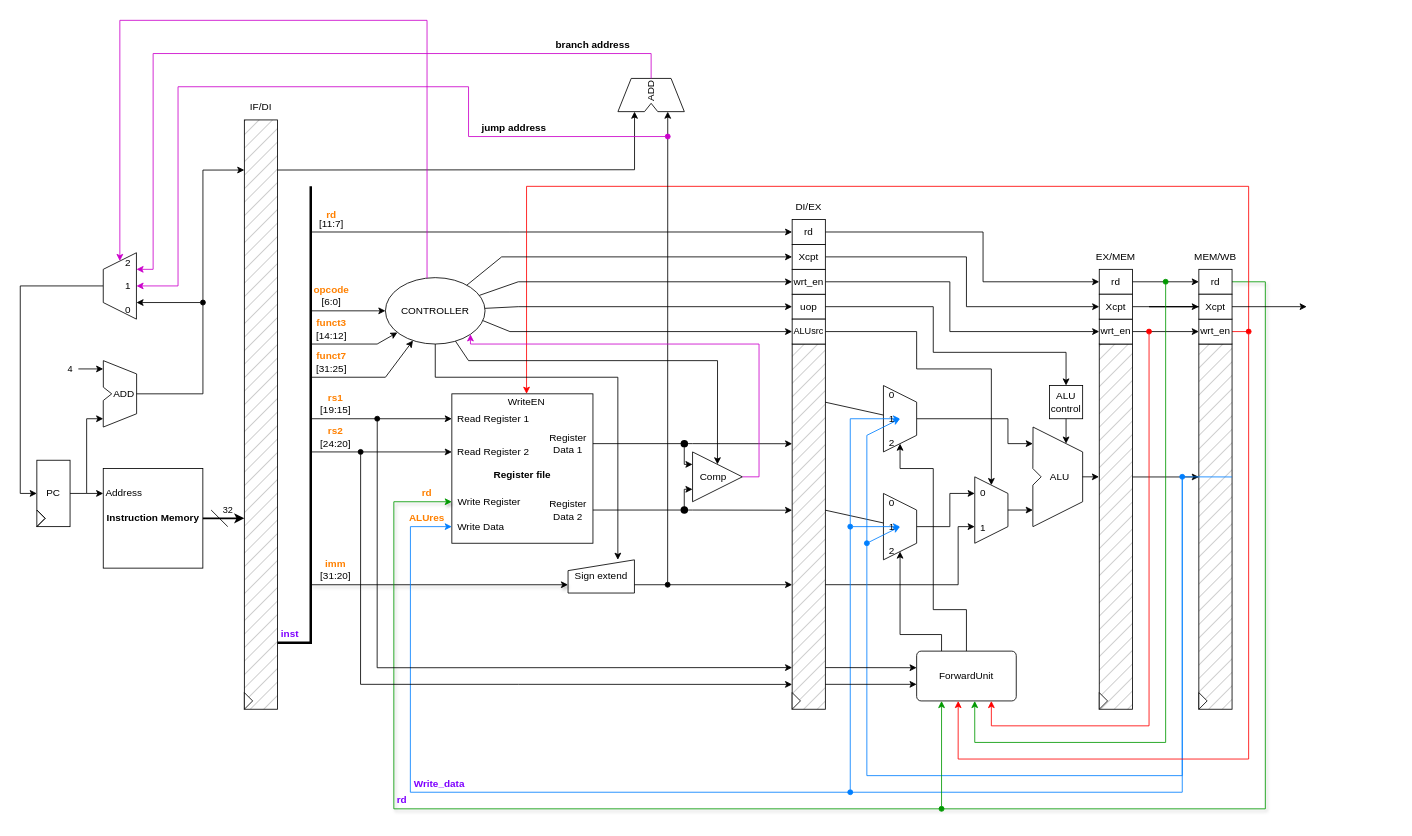
Before: Schematic.drawio in christianrptu/ADSProject, a draw.io diagram. Source tidied: cells renumbered, new cells numbered last; positions are measured from the earlier drawing's top-left corner, leaving out a move shared by most shapes. Both pictures are drawn from the tidied source at 83%, with x=0, y=0 at pixel (37, 20).
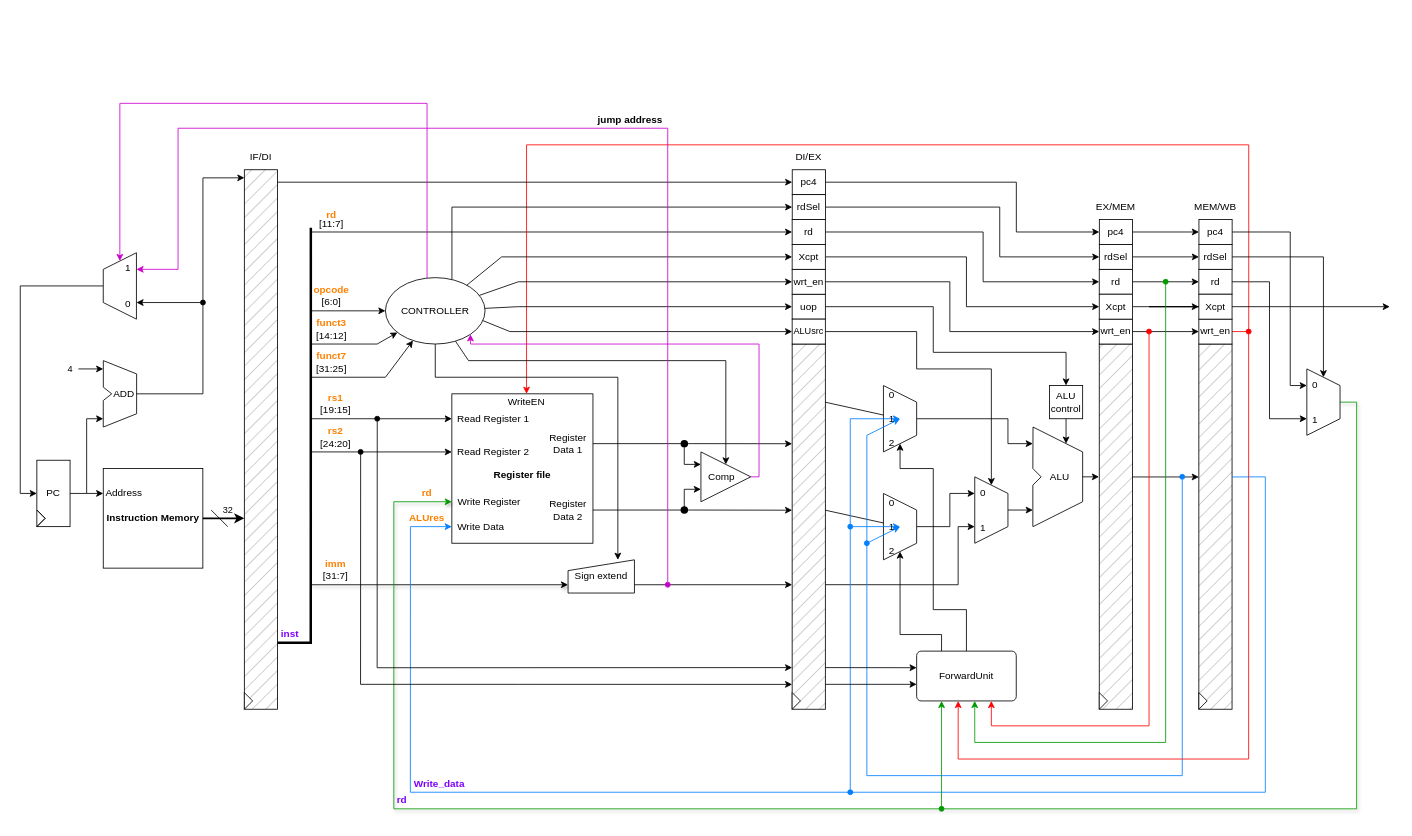
The same page after the edit.

Unchanged cells that the change refers to:
```xml
<mxCell id="19" value="Write Register" style="text;html=1;whiteSpace=wrap;strokeColor=none;fillColor=none;align=center;verticalAlign=middle;rounded=0;" parent="1" vertex="1">
  <mxGeometry x="499.9" y="570" width="90" height="20" as="geometry" />
</mxCell>
<mxCell id="20" value="Write Data" style="text;html=1;whiteSpace=wrap;strokeColor=none;fillColor=none;align=center;verticalAlign=middle;rounded=0;" parent="1" vertex="1">
  <mxGeometry x="499.9" y="600" width="70" height="20" as="geometry" />
</mxCell>
<mxCell id="31" value="ADD" style="text;html=1;whiteSpace=wrap;strokeColor=none;fillColor=none;align=center;verticalAlign=middle;rounded=0;" parent="24" vertex="1">
  <mxGeometry x="10" y="25" width="30" height="30" as="geometry" />
</mxCell>
<mxCell id="60" style="rounded=0;whiteSpace=wrap;html=1;fillStyle=hatch;fillColor=#B3B3B3;" parent="1" vertex="1">
  <mxGeometry x="1399.9" y="390" width="40" height="440" as="geometry" />
</mxCell>
<mxCell id="67" value="WriteEN" style="text;html=1;whiteSpace=wrap;strokeColor=none;fillColor=none;align=center;verticalAlign=middle;rounded=0;" parent="1" vertex="1">
  <mxGeometry x="559.9" y="450" width="60" height="20" as="geometry" />
</mxCell>
<mxCell id="70" value="rd" style="rounded=0;whiteSpace=wrap;html=1;" parent="1" vertex="1">
  <mxGeometry x="909.9" y="240" width="40" height="30" as="geometry" />
</mxCell>
<mxCell id="71" value="&lt;font style=&quot;color: rgb(127, 0, 255);&quot;&gt;inst&lt;/font&gt;" style="text;html=1;whiteSpace=wrap;strokeColor=none;fillColor=none;align=center;verticalAlign=middle;rounded=0;fontStyle=1;" parent="1" vertex="1">
  <mxGeometry x="289.9" y="730" width="30" height="20" as="geometry" />
</mxCell>
<mxCell id="81" value="rd" style="rounded=0;whiteSpace=wrap;html=1;" parent="1" vertex="1">
  <mxGeometry x="1279.9" y="300" width="40" height="30" as="geometry" />
</mxCell>
<mxCell id="85" value="rd" style="rounded=0;whiteSpace=wrap;html=1;" parent="1" vertex="1">
  <mxGeometry x="1399.9" y="300" width="40" height="30" as="geometry" />
</mxCell>
<mxCell id="87" value="wrt_en" style="rounded=0;whiteSpace=wrap;html=1;" parent="1" vertex="1">
  <mxGeometry x="1399.9" y="360" width="40" height="30" as="geometry" />
</mxCell>
<mxCell id="91" value="CONTROLLER" style="ellipse;whiteSpace=wrap;html=1;" parent="1" vertex="1">
  <mxGeometry x="419.9" y="310" width="120" height="80" as="geometry" />
</mxCell>
<mxCell id="109" value="Xcpt" style="rounded=0;whiteSpace=wrap;html=1;" parent="1" vertex="1">
  <mxGeometry x="1399.9" y="330" width="40" height="30" as="geometry" />
</mxCell>
<mxCell id="143" style="shape=trapezoid;perimeter=trapezoidPerimeter;whiteSpace=wrap;html=1;fixedSize=1;direction=south;flipH=1;legacyAnchorPoints=0;" parent="1" vertex="1">
  <mxGeometry x="79.9" y="280" width="40" height="80" as="geometry" />
</mxCell>
```

Diff of the diagram source:
```diff
@@
-    <mxCell id="13" style="endArrow=none;html=1;rounded=0;strokeWidth=3;exitX=1;exitY=0.887;exitDx=0;exitDy=0;exitPerimeter=0;" parent="1" edge="1" source="65">
+    <mxCell id="13" style="endArrow=none;html=1;rounded=0;strokeWidth=3;exitX=0;exitY=1;exitDx=0;exitDy=0;" parent="1" edge="1" source="71">
       <mxGeometry relative="1" as="geometry">
-        <mxPoint x="329.9" y="200" as="targetPoint" />
+        <mxPoint x="330" y="250" as="targetPoint" />
         <Array as="points">
           <mxPoint x="329.9" y="750" />
         </Array>
       </mxGeometry>
     </mxCell>
@@
-    <mxCell id="34" value="[31:20]" style="text;html=1;whiteSpace=wrap;strokeColor=none;fillColor=none;align=center;verticalAlign=middle;rounded=0;" parent="1" vertex="1">
+    <mxCell id="34" value="[31:7]" style="text;html=1;whiteSpace=wrap;strokeColor=none;fillColor=none;align=center;verticalAlign=middle;rounded=0;" parent="1" vertex="1">
       <mxGeometry x="339.9" y="660" width="40" height="20" as="geometry" />
     </mxCell>
@@
     <mxCell id="57" value="IF/DI" style="text;html=1;whiteSpace=wrap;strokeColor=none;fillColor=none;align=center;verticalAlign=middle;rounded=0;" parent="1" vertex="1">
-      <mxGeometry x="249.9" y="90" width="40" height="30" as="geometry" />
+      <mxGeometry x="249.9" y="150" width="40" height="30" as="geometry" />
     </mxCell>
     <mxCell id="58" value="DI/EX" style="text;html=1;whiteSpace=wrap;strokeColor=none;fillColor=none;align=center;verticalAlign=middle;rounded=0;" parent="1" vertex="1">
-      <mxGeometry x="909.9" y="210" width="40" height="30" as="geometry" />
+      <mxGeometry x="909.9" y="150" width="40" height="30" as="geometry" />
     </mxCell>
     <mxCell id="59" value="EX/MEM" style="text;html=1;whiteSpace=wrap;strokeColor=none;fillColor=none;align=center;verticalAlign=middle;rounded=0;" parent="1" vertex="1">
-      <mxGeometry x="1279.9" y="270" width="40" height="30" as="geometry" />
+      <mxGeometry x="1279.9" y="210" width="40" height="30" as="geometry" />
     </mxCell>
@@
     <mxCell id="61" value="MEM/WB" style="text;html=1;whiteSpace=wrap;strokeColor=none;fillColor=none;align=center;verticalAlign=middle;rounded=0;" parent="1" vertex="1">
-      <mxGeometry x="1399.9" y="270" width="40" height="30" as="geometry" />
+      <mxGeometry x="1399.9" y="210" width="40" height="30" as="geometry" />
     </mxCell>
@@
     <mxCell id="63" style="endArrow=classic;html=1;rounded=0;exitX=1;exitY=0.364;exitDx=0;exitDy=0;exitPerimeter=0;entryX=0;entryY=0.5;entryDx=0;entryDy=0;strokeColor=#007FFF;" parent="1" edge="1" source="60" target="20">
       <mxGeometry relative="1" as="geometry">
         <Array as="points">
-          <mxPoint x="1379.9" y="550" />
-          <mxPoint x="1379.9" y="930" />
+          <mxPoint x="1480" y="550" />
+          <mxPoint x="1480" y="720" />
+          <mxPoint x="1480" y="930" />
           <mxPoint x="449.9" y="930" />
           <mxPoint x="450" y="610" />
         </Array>
       </mxGeometry>
     </mxCell>
@@
     <mxCell id="65" style="rounded=0;whiteSpace=wrap;html=1;fillStyle=hatch;fillColor=#B3B3B3;" parent="1" vertex="1">
-      <mxGeometry x="249.9" y="120" width="40" height="710" as="geometry" />
+      <mxGeometry x="249.9" y="180" width="40" height="650" as="geometry" />
     </mxCell>
@@
     <mxCell id="69" style="edgeStyle=orthogonalEdgeStyle;rounded=0;jettySize=auto;html=1;entryX=0;entryY=0.5;entryDx=0;entryDy=0;exitX=1;exitY=0.5;exitDx=0;exitDy=0;" parent="1" edge="1" source="70" target="81">
       <mxGeometry relative="1" as="geometry">
         <Array as="points">
-          <mxPoint x="1139.9" y="255" />
-          <mxPoint x="1139.9" y="315" />
+          <mxPoint x="1140" y="255" />
+          <mxPoint x="1140" y="315" />
         </Array>
       </mxGeometry>
     </mxCell>
@@
-    <mxCell id="84" style="edgeStyle=orthogonalEdgeStyle;rounded=0;jettySize=auto;html=1;entryX=0;entryY=0.5;entryDx=0;entryDy=0;shadow=1;strokeColor=#009900;exitX=1;exitY=0.5;exitDx=0;exitDy=0;" parent="1" edge="1" source="85" target="19">
+    <mxCell id="84" style="edgeStyle=orthogonalEdgeStyle;rounded=0;jettySize=auto;html=1;entryX=0;entryY=0.5;entryDx=0;entryDy=0;shadow=1;strokeColor=#009900;exitX=0.5;exitY=0;exitDx=0;exitDy=0;" parent="1" edge="1" source="170" target="19">
       <mxGeometry relative="1" as="geometry">
         <Array as="points">
-          <mxPoint x="1480" y="315" />
-          <mxPoint x="1480" y="950" />
+          <mxPoint x="1590" y="950" />
           <mxPoint x="430" y="950" />
           <mxPoint x="430" y="580" />
         </Array>
       </mxGeometry>
     </mxCell>
+    <mxCell id="168" style="edgeStyle=orthogonalEdgeStyle;rounded=0;jettySize=auto;html=1;entryX=0;entryY=0.75;entryDx=0;entryDy=0;" parent="1" edge="1" source="85" target="171">
+      <mxGeometry relative="1" as="geometry" />
+    </mxCell>
@@
     <mxCell id="86" style="edgeStyle=orthogonalEdgeStyle;rounded=0;jettySize=auto;html=1;entryX=0.5;entryY=0;entryDx=0;entryDy=0;strokeColor=#FF0000;exitX=1;exitY=0.5;exitDx=0;exitDy=0;" parent="1" edge="1" source="87" target="67">
       <mxGeometry relative="1" as="geometry">
         <Array as="points">
-          <mxPoint x="1459.9" y="375" />
-          <mxPoint x="1459.9" y="200" />
-          <mxPoint x="589.9" y="200" />
+          <mxPoint x="1460" y="375" />
+          <mxPoint x="1460" y="150" />
+          <mxPoint x="590" y="150" />
         </Array>
       </mxGeometry>
     </mxCell>
@@
+    <mxCell id="169" style="edgeStyle=orthogonalEdgeStyle;rounded=0;jettySize=auto;html=1;entryX=0;entryY=0.5;entryDx=0;entryDy=0;" parent="1" edge="1" source="91" target="177">
+      <mxGeometry relative="1" as="geometry">
+        <Array as="points">
+          <mxPoint x="500" y="225" />
+        </Array>
+      </mxGeometry>
+    </mxCell>
@@
     <mxCell id="108" style="edgeStyle=orthogonalEdgeStyle;rounded=0;jettySize=auto;html=1;" parent="1" edge="1" source="109">
       <mxGeometry relative="1" as="geometry">
-        <mxPoint x="1529.9" y="345" as="targetPoint" />
+        <mxPoint x="1630" y="345" as="targetPoint" />
         <Array as="points">
           <mxPoint x="1339.9" y="345" />
           <mxPoint x="1339.9" y="345" />
         </Array>
       </mxGeometry>
     </mxCell>
@@
-    <mxCell id="141" style="edgeStyle=orthogonalEdgeStyle;rounded=0;jettySize=auto;html=1;entryX=0;entryY=0.085;entryDx=0;entryDy=0;entryPerimeter=0;" parent="1" edge="1" source="31" target="65">
+    <mxCell id="141" style="edgeStyle=orthogonalEdgeStyle;rounded=0;jettySize=auto;html=1;entryX=0.002;entryY=0.015;entryDx=0;entryDy=0;entryPerimeter=0;" parent="1" edge="1" source="31" target="65">
       <mxGeometry relative="1" as="geometry">
         <Array as="points">
           <mxPoint x="200" y="450" />
-          <mxPoint x="200" y="180" />
+          <mxPoint x="200" y="190" />
         </Array>
       </mxGeometry>
     </mxCell>
@@
-    <mxCell id="144" value="2&lt;div&gt;&lt;br&gt;1&lt;div&gt;&lt;br&gt;0&lt;/div&gt;&lt;/div&gt;" style="text;html=1;whiteSpace=wrap;strokeColor=none;fillColor=none;align=center;verticalAlign=middle;rounded=0;" parent="1" vertex="1">
+    <mxCell id="144" value="1&lt;br&gt;&lt;div&gt;&lt;br&gt;&lt;div&gt;&lt;br&gt;0&lt;/div&gt;&lt;/div&gt;" style="text;html=1;whiteSpace=wrap;strokeColor=none;fillColor=none;align=center;verticalAlign=middle;rounded=0;" parent="1" vertex="1">
       <mxGeometry x="99.9" y="280" width="20" height="80" as="geometry" />
     </mxCell>
@@
-    <mxCell id="146" style="group;rotation=-90;" parent="1" vertex="1">
-      <mxGeometry x="720" y="50" width="40.2" height="80" as="geometry" />
-    </mxCell>
-    <mxCell id="147" style="endArrow=none;html=1;rounded=0;" parent="146" edge="1">
-      <mxGeometry relative="1" as="geometry">
-        <mxPoint x="-20" y="60" as="sourcePoint" />
-        <mxPoint x="12" y="60" as="targetPoint" />
-      </mxGeometry>
-    </mxCell>
-    <mxCell id="148" style="endArrow=none;html=1;rounded=0;" parent="146" edge="1">
-      <mxGeometry relative="1" as="geometry">
-        <mxPoint x="28" y="60" as="sourcePoint" />
-        <mxPoint x="60" y="60" as="targetPoint" />
-      </mxGeometry>
-    </mxCell>
-    <mxCell id="149" style="endArrow=none;html=1;rounded=0;" parent="146" edge="1">
-      <mxGeometry relative="1" as="geometry">
-        <mxPoint x="44" y="20" as="sourcePoint" />
-        <mxPoint x="60" y="60" as="targetPoint" />
-      </mxGeometry>
-    </mxCell>
-    <mxCell id="150" style="endArrow=none;html=1;rounded=0;" parent="146" edge="1">
-      <mxGeometry relative="1" as="geometry">
-        <mxPoint x="-4" y="20" as="sourcePoint" />
-        <mxPoint x="-20" y="60" as="targetPoint" />
-      </mxGeometry>
-    </mxCell>
-    <mxCell id="151" style="endArrow=none;html=1;rounded=0;" parent="146" edge="1">
-      <mxGeometry relative="1" as="geometry">
-        <mxPoint x="-4" y="20" as="sourcePoint" />
-        <mxPoint x="44" y="20" as="targetPoint" />
-      </mxGeometry>
-    </mxCell>
-    <mxCell id="152" style="endArrow=none;html=1;rounded=0;" parent="146" edge="1">
-      <mxGeometry relative="1" as="geometry">
-        <mxPoint x="12" y="60" as="sourcePoint" />
-        <mxPoint x="28" y="60" as="targetPoint" />
-        <Array as="points">
-          <mxPoint x="20" y="50" />
-        </Array>
-      </mxGeometry>
-    </mxCell>
-    <mxCell id="153" value="ADD" style="text;html=1;whiteSpace=wrap;strokeColor=none;fillColor=none;align=center;verticalAlign=middle;rounded=0;rotation=-90;" parent="146" vertex="1">
-      <mxGeometry x="5" y="20" width="30" height="30" as="geometry" />
-    </mxCell>
-    <mxCell id="154" style="endArrow=classic;html=1;rounded=0;exitX=1;exitY=0.085;exitDx=0;exitDy=0;exitPerimeter=0;" parent="1" edge="1" source="65">
+    <mxCell id="154" style="endArrow=classic;html=1;rounded=0;entryX=0;entryY=0.5;entryDx=0;entryDy=0;" parent="1" edge="1" target="173">
       <mxGeometry relative="1" as="geometry">
-        <mxPoint x="720" y="110" as="targetPoint" />
-        <Array as="points">
-          <mxPoint x="720" y="180" />
-        </Array>
+        <mxPoint x="290" y="195" as="sourcePoint" />
       </mxGeometry>
     </mxCell>
-    <mxCell id="155" style="endArrow=classic;html=1;rounded=0;startArrow=oval;startFill=1;" parent="1" edge="1">
-      <mxGeometry relative="1" as="geometry">
-        <mxPoint x="759.9" y="680" as="sourcePoint" />
-        <mxPoint x="760" y="110" as="targetPoint" />
-      </mxGeometry>
-    </mxCell>
-    <mxCell id="156" style="edgeStyle=orthogonalEdgeStyle;rounded=0;jettySize=auto;html=1;entryX=1;entryY=0.25;entryDx=0;entryDy=0;strokeColor=#CC00CC;exitX=1;exitY=0.5;exitDx=0;exitDy=0;" parent="1" edge="1" source="153" target="144">
-      <mxGeometry relative="1" as="geometry">
-        <Array as="points">
-          <mxPoint x="740" y="40" />
-          <mxPoint x="140" y="40" />
-          <mxPoint x="140" y="300" />
-        </Array>
-      </mxGeometry>
-    </mxCell>
     <mxCell id="157" style="edgeStyle=orthogonalEdgeStyle;rounded=0;jettySize=auto;html=1;entryX=0;entryY=0.5;entryDx=0;entryDy=0;strokeColor=#CC00CC;" parent="1" edge="1" source="91" target="143">
       <mxGeometry relative="1" as="geometry">
         <Array as="points">
-          <mxPoint x="470" />
-          <mxPoint x="100" />
+          <mxPoint x="470" y="100" />
+          <mxPoint x="100" y="100" />
         </Array>
       </mxGeometry>
     </mxCell>
     <mxCell id="158" value="Comp&amp;nbsp; &amp;nbsp;" style="triangle;whiteSpace=wrap;html=1;" parent="1" vertex="1">
-      <mxGeometry x="789.9" y="520" width="60" height="60" as="geometry" />
+      <mxGeometry x="800" y="520" width="60" height="60" as="geometry" />
     </mxCell>
@@
     <mxCell id="161" style="endArrow=classic;html=1;rounded=0;entryX=0.5;entryY=0;entryDx=0;entryDy=0;" parent="1" edge="1" source="91" target="158">
       <mxGeometry relative="1" as="geometry">
         <Array as="points">
           <mxPoint x="520" y="410" />
-          <mxPoint x="820" y="410" />
+          <mxPoint x="830" y="410" />
         </Array>
       </mxGeometry>
     </mxCell>
-    <mxCell id="162" style="edgeStyle=orthogonalEdgeStyle;rounded=0;jettySize=auto;html=1;entryX=1;entryY=0.5;entryDx=0;entryDy=0;strokeColor=#CC00CC;startArrow=oval;startFill=1;" parent="1" edge="1" target="144">
+    <mxCell id="162" style="edgeStyle=orthogonalEdgeStyle;rounded=0;jettySize=auto;html=1;entryX=1;entryY=0.25;entryDx=0;entryDy=0;strokeColor=#CC00CC;startArrow=oval;startFill=1;" parent="1" edge="1" target="144">
       <mxGeometry relative="1" as="geometry">
-        <mxPoint x="760" y="140" as="sourcePoint" />
+        <mxPoint x="760" y="680" as="sourcePoint" />
         <Array as="points">
-          <mxPoint x="520" y="80" />
-          <mxPoint x="170" y="80" />
-          <mxPoint x="170" y="320" />
+          <mxPoint x="760" y="130" />
+          <mxPoint x="170" y="130" />
+          <mxPoint x="170" y="300" />
         </Array>
       </mxGeometry>
     </mxCell>
-    <mxCell id="163" value="&lt;b&gt;branch address&lt;/b&gt;" style="text;html=1;whiteSpace=wrap;strokeColor=none;fillColor=none;align=center;verticalAlign=middle;rounded=0;" parent="1" vertex="1">
-      <mxGeometry x="619.9" y="20" width="100" height="20" as="geometry" />
-    </mxCell>
     <mxCell id="164" value="&lt;b&gt;jump address&lt;/b&gt;" style="text;html=1;whiteSpace=wrap;strokeColor=none;fillColor=none;align=center;verticalAlign=middle;rounded=0;" parent="1" vertex="1">
-      <mxGeometry x="530" y="120" width="90" height="20" as="geometry" />
+      <mxGeometry x="670" y="110" width="90" height="20" as="geometry" />
     </mxCell>
@@
+    <mxCell id="170" style="shape=trapezoid;perimeter=trapezoidPerimeter;whiteSpace=wrap;html=1;fixedSize=1;direction=south;" parent="1" vertex="1">
+      <mxGeometry x="1530" y="420" width="40" height="80" as="geometry" />
+    </mxCell>
+    <mxCell id="171" value="0&lt;br&gt;&lt;br&gt;&lt;br&gt;1" style="text;html=1;whiteSpace=wrap;strokeColor=none;fillColor=none;align=center;verticalAlign=middle;rounded=0;" parent="1" vertex="1">
+      <mxGeometry x="1530" y="420" width="20" height="80" as="geometry" />
+    </mxCell>
+    <mxCell id="172" style="edgeStyle=orthogonalEdgeStyle;rounded=0;jettySize=auto;html=1;entryX=0;entryY=0.5;entryDx=0;entryDy=0;" parent="1" edge="1" source="173" target="175">
+      <mxGeometry relative="1" as="geometry">
+        <Array as="points">
+          <mxPoint x="1180" y="195" />
+          <mxPoint x="1180" y="255" />
+        </Array>
+      </mxGeometry>
+    </mxCell>
+    <mxCell id="173" value="pc4" style="rounded=0;whiteSpace=wrap;html=1;" parent="1" vertex="1">
+      <mxGeometry x="910" y="180" width="40" height="30" as="geometry" />
+    </mxCell>
+    <mxCell id="174" style="edgeStyle=orthogonalEdgeStyle;rounded=0;jettySize=auto;html=1;entryX=0;entryY=0.5;entryDx=0;entryDy=0;" parent="1" edge="1" source="175" target="181">
+      <mxGeometry relative="1" as="geometry" />
+    </mxCell>
+    <mxCell id="175" value="pc4" style="rounded=0;whiteSpace=wrap;html=1;" parent="1" vertex="1">
+      <mxGeometry x="1280" y="240" width="40" height="30" as="geometry" />
+    </mxCell>
+    <mxCell id="176" style="edgeStyle=orthogonalEdgeStyle;rounded=0;jettySize=auto;html=1;entryX=0;entryY=0.5;entryDx=0;entryDy=0;" parent="1" edge="1" source="177" target="179">
+      <mxGeometry relative="1" as="geometry">
+        <Array as="points">
+          <mxPoint x="1160" y="225" />
+          <mxPoint x="1160" y="285" />
+        </Array>
+      </mxGeometry>
+    </mxCell>
+    <mxCell id="177" value="rdSel" style="rounded=0;whiteSpace=wrap;html=1;" parent="1" vertex="1">
+      <mxGeometry x="910" y="210" width="40" height="30" as="geometry" />
+    </mxCell>
+    <mxCell id="178" style="edgeStyle=orthogonalEdgeStyle;rounded=0;jettySize=auto;html=1;entryX=0;entryY=0.5;entryDx=0;entryDy=0;" parent="1" edge="1" source="179" target="183">
+      <mxGeometry relative="1" as="geometry" />
+    </mxCell>
+    <mxCell id="179" value="rdSel" style="rounded=0;whiteSpace=wrap;html=1;" parent="1" vertex="1">
+      <mxGeometry x="1280" y="270" width="40" height="30" as="geometry" />
+    </mxCell>
+    <mxCell id="180" style="edgeStyle=orthogonalEdgeStyle;rounded=0;jettySize=auto;html=1;entryX=0;entryY=0.25;entryDx=0;entryDy=0;" parent="1" edge="1" source="181" target="171">
+      <mxGeometry relative="1" as="geometry">
+        <Array as="points">
+          <mxPoint x="1510" y="255" />
+          <mxPoint x="1510" y="440" />
+        </Array>
+      </mxGeometry>
+    </mxCell>
+    <mxCell id="181" value="pc4" style="rounded=0;whiteSpace=wrap;html=1;" parent="1" vertex="1">
+      <mxGeometry x="1400" y="240" width="40" height="30" as="geometry" />
+    </mxCell>
+    <mxCell id="182" style="edgeStyle=orthogonalEdgeStyle;rounded=0;jettySize=auto;html=1;entryX=0;entryY=0.5;entryDx=0;entryDy=0;" parent="1" edge="1" source="183" target="170">
+      <mxGeometry relative="1" as="geometry" />
+    </mxCell>
+    <mxCell id="183" value="rdSel" style="rounded=0;whiteSpace=wrap;html=1;" parent="1" vertex="1">
+      <mxGeometry x="1400" y="270" width="40" height="30" as="geometry" />
+    </mxCell>
```
